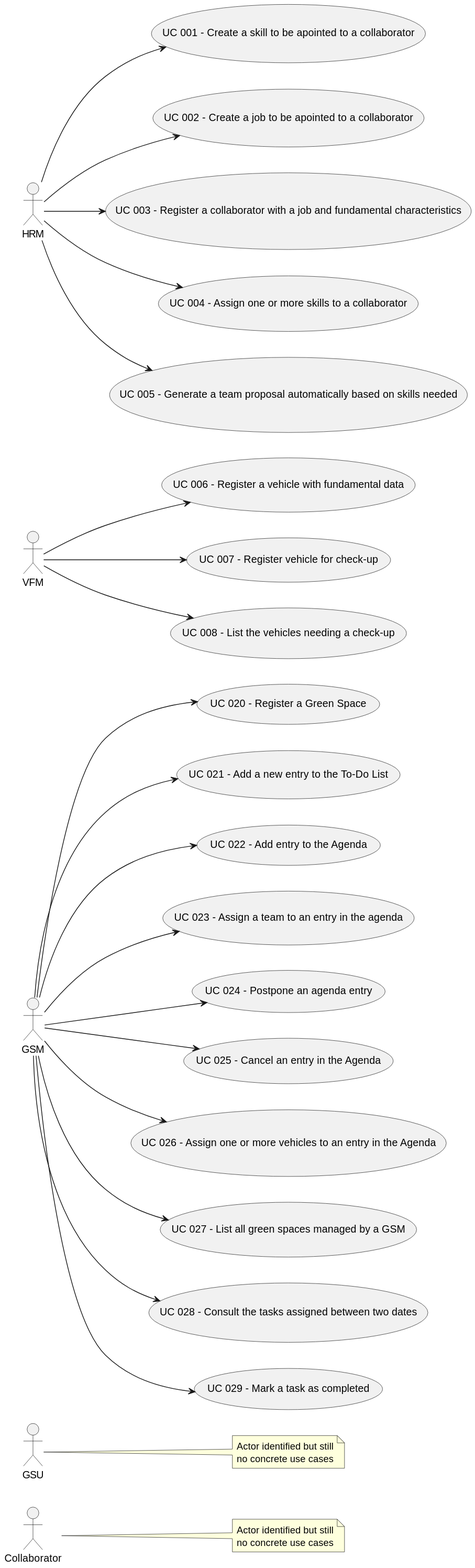
Above: docs/sprintC/global-artifacts/01.requirements-engineering/svg/use-case-diagram.svg in Departamento-de-Engenharia-Informatica/lei-24-s2-1do-g164 (PlantUML), before the change.
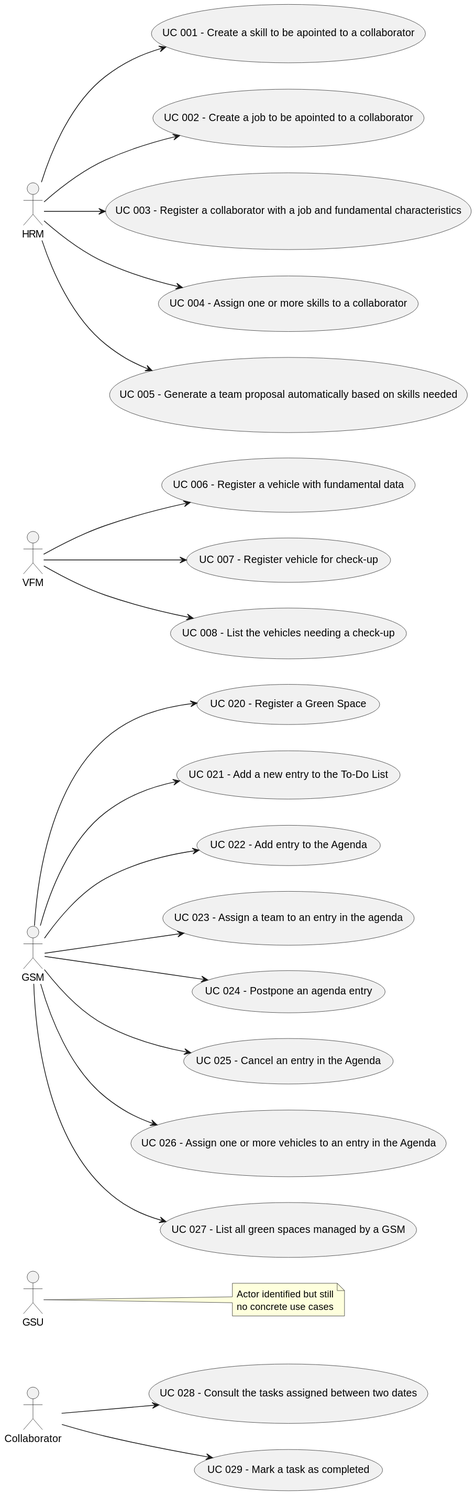
The same diagram one commit later.

Commit message:
(docs): use case diagram correction

What changed in the source:
```diff
@@ -9,16 +9,9 @@
 left to right direction
 
     actor Collaborator
-
     actor GSU
     actor GSM
 
-
-
-    note right of Collaborator
-        Actor identified but still
-        no concrete use cases
-    end note
 
     note right of GSU
             Actor identified but still
@@ -60,8 +53,10 @@
     GSM --> UC26
     usecase "UC 027 - List all green spaces managed by a GSM" as UC27
     GSM --> UC27
+
+
     usecase "UC 028 - Consult the tasks assigned between two dates" as UC28
-    GSM --> UC28
+    Collaborator --> UC28
     usecase "UC 029 - Mark a task as completed" as UC29
-    GSM --> UC29
+    Collaborator --> UC29
 @enduml
```
